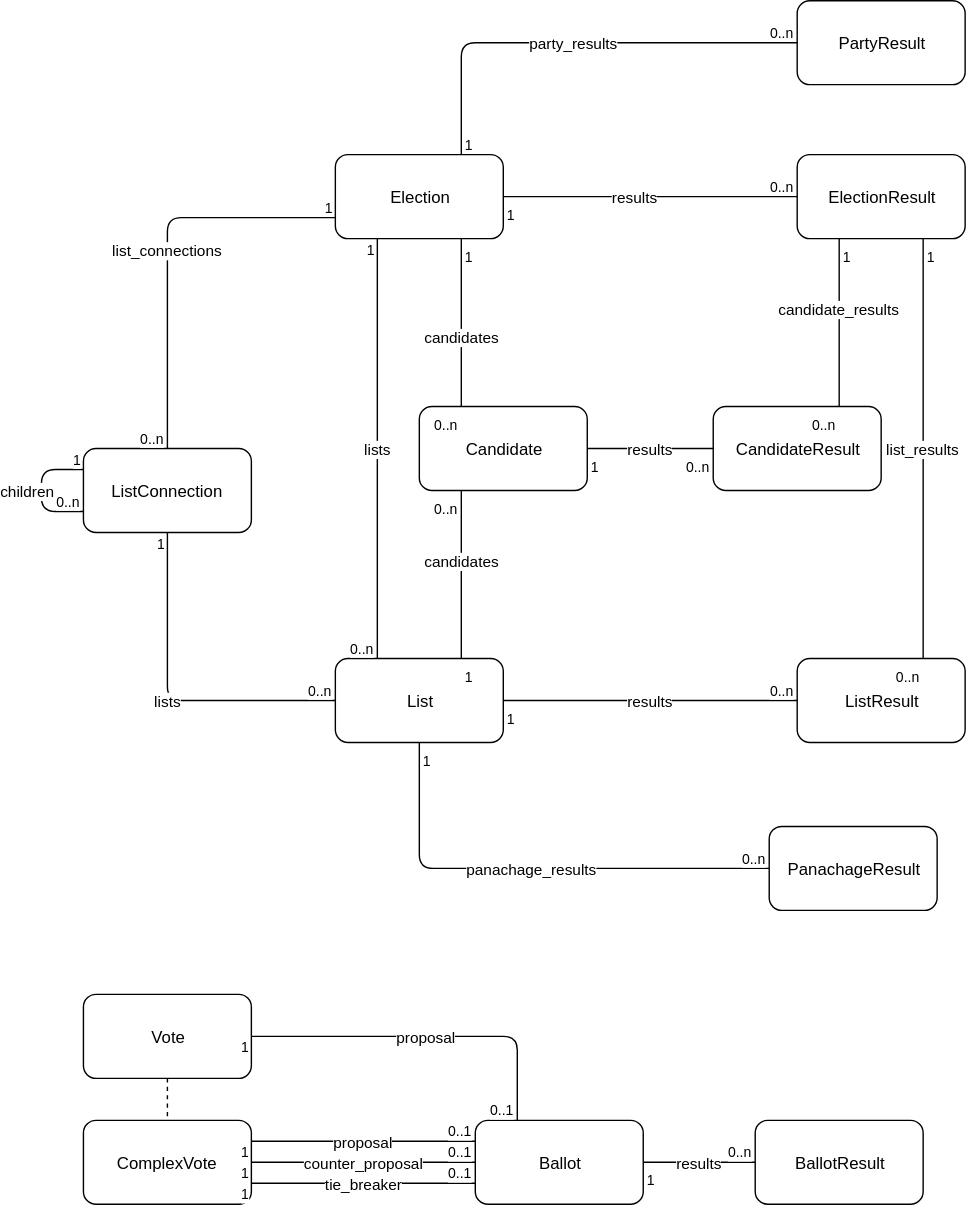
OneGov/onegov.ballot keeps this draw.io diagram as docs/onegov.ballot.svg. Above is the earlier version. Source tidied: cells renumbered, new cells last; positions are measured from the earlier drawing's top-left corner, leaving out a move shared by most shapes.
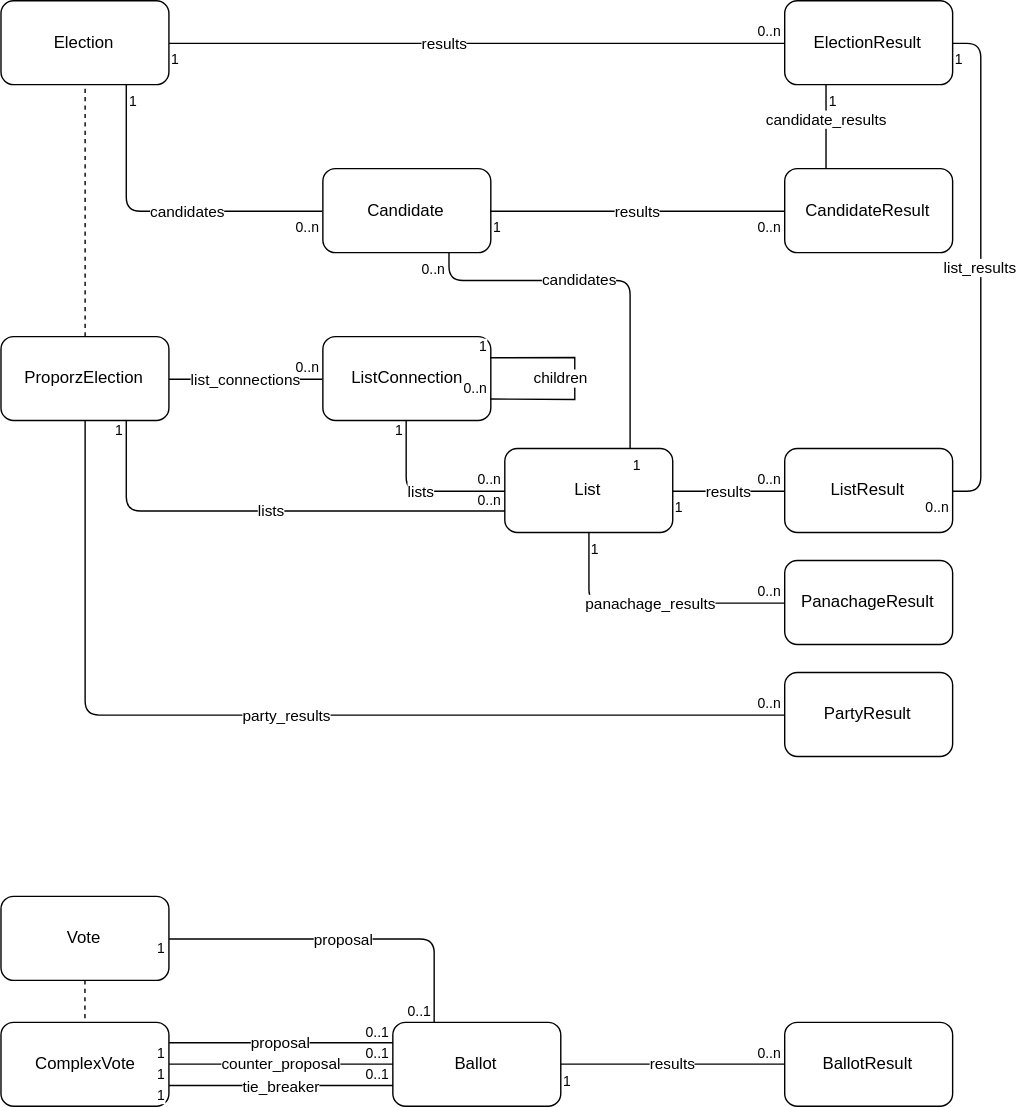
After the change.

What changed in the source:
```diff
@@ -2,36 +2,32 @@
   <root>
     <mxCell id="0" />
     <mxCell id="1" parent="0" />
+    <mxCell id="70" style="edgeStyle=none;html=1;exitX=0;exitY=0.5;entryX=1;entryY=0.5;dashed=1;jettySize=auto;strokeColor=none;strokeWidth=1;endArrow=none;endFill=0;" parent="1" edge="1" source="2" target="71">
+      <mxGeometry relative="1" as="geometry" />
+    </mxCell>
     <mxCell id="2" value="Election" style="rounded=1;whiteSpace=wrap;html=1;" parent="1" vertex="1">
-      <mxGeometry x="210" y="110" width="120" height="60" as="geometry" />
+      <mxGeometry x="30" y="-40" width="120" height="60" as="geometry" />
     </mxCell>
     <mxCell id="3" value="ElectionResult" style="rounded=1;whiteSpace=wrap;html=1;" parent="1" vertex="1">
-      <mxGeometry x="540" y="110" width="120" height="60" as="geometry" />
+      <mxGeometry x="590" y="-40" width="120" height="60" as="geometry" />
     </mxCell>
     <mxCell id="4" value="ListConnection" style="rounded=1;whiteSpace=wrap;html=1;" parent="1" vertex="1">
-      <mxGeometry x="30" y="320" width="120" height="60" as="geometry" />
+      <mxGeometry x="260" y="200" width="120" height="60" as="geometry" />
     </mxCell>
     <mxCell id="5" value="List" style="rounded=1;whiteSpace=wrap;html=1;" parent="1" vertex="1">
-      <mxGeometry x="210" y="470" width="120" height="60" as="geometry" />
+      <mxGeometry x="390" y="280" width="120" height="60" as="geometry" />
     </mxCell>
     <mxCell id="6" value="Candidate" style="rounded=1;whiteSpace=wrap;html=1;" parent="1" vertex="1">
-      <mxGeometry x="270" y="290" width="120" height="60" as="geometry" />
+      <mxGeometry x="260" y="80" width="120" height="60" as="geometry" />
     </mxCell>
-    <mxCell id="7" value="CandidateResult" style="rounded=1;whiteSpace=wrap;html=1;" parent="1" vertex="1">
-      <mxGeometry x="480" y="290" width="120" height="60" as="geometry" />
-    </mxCell>
     <mxCell id="8" value="ListResult" style="rounded=1;whiteSpace=wrap;html=1;" parent="1" vertex="1">
-      <mxGeometry x="540" y="470" width="120" height="60" as="geometry" />
+      <mxGeometry x="590" y="280" width="120" height="60" as="geometry" />
     </mxCell>
     <mxCell id="9" value="PartyResult" style="rounded=1;whiteSpace=wrap;html=1;" parent="1" vertex="1">
-      <mxGeometry x="540" width="120" height="60" as="geometry" />
+      <mxGeometry x="590" y="440" width="120" height="60" as="geometry" />
     </mxCell>
-    <mxCell id="10" value="list_connections" style="endArrow=none;html=1;endSize=12;startArrow=none;startSize=14;startFill=0;edgeStyle=orthogonalEdgeStyle;endFill=0;exitX=0;exitY=0.75;entryX=0.5;entryY=0;" parent="1" edge="1" source="2" target="4">
-      <mxGeometry relative="1" as="geometry">
-        <Array as="points">
-          <mxPoint x="90" y="155" />
-        </Array>
-      </mxGeometry>
+    <mxCell id="10" value="list_connections" style="endArrow=none;html=1;endSize=12;startArrow=none;startSize=14;startFill=0;edgeStyle=orthogonalEdgeStyle;endFill=0;entryX=0;entryY=0.5;exitX=1;exitY=0.5;" parent="1" edge="1" source="71" target="4">
+      <mxGeometry relative="1" as="geometry" />
     </mxCell>
     <mxCell id="11" value="1" style="html=1;align=left;verticalAlign=top;labelBackgroundColor=#ffffff;fontSize=10;" parent="10" vertex="1">
       <mxGeometry x="-1" relative="1" as="geometry">
@@ -43,8 +39,12 @@
         <mxPoint y="-20" as="offset" />
       </mxGeometry>
     </mxCell>
-    <mxCell id="13" value="lists" style="endArrow=none;html=1;endSize=12;startArrow=none;startSize=14;startFill=0;edgeStyle=orthogonalEdgeStyle;endFill=0;exitX=0.25;exitY=1;entryX=0.25;entryY=0;" parent="1" edge="1" source="2" target="5">
-      <mxGeometry relative="1" as="geometry" />
+    <mxCell id="13" value="lists" style="endArrow=none;html=1;endSize=12;startArrow=none;startSize=14;startFill=0;edgeStyle=orthogonalEdgeStyle;endFill=0;exitX=0.75;exitY=1;entryX=0;entryY=0.75;" parent="1" edge="1" source="71" target="5">
+      <mxGeometry relative="1" as="geometry">
+        <Array as="points">
+          <mxPoint x="120" y="325" />
+        </Array>
+      </mxGeometry>
     </mxCell>
     <mxCell id="14" value="1" style="html=1;align=left;verticalAlign=top;labelBackgroundColor=#ffffff;fontSize=10;" parent="13" vertex="1">
       <mxGeometry x="-1" relative="1" as="geometry">
@@ -56,8 +56,12 @@
         <mxPoint y="-20" as="offset" />
       </mxGeometry>
     </mxCell>
-    <mxCell id="16" value="candidates" style="endArrow=none;html=1;endSize=12;startArrow=none;startSize=14;startFill=0;edgeStyle=orthogonalEdgeStyle;endFill=0;entryX=0.25;entryY=0;exitX=0.75;exitY=1;" parent="1" edge="1" source="2" target="6">
-      <mxGeometry x="0.16" relative="1" as="geometry" />
+    <mxCell id="16" value="candidates" style="endArrow=none;html=1;endSize=12;startArrow=none;startSize=14;startFill=0;edgeStyle=orthogonalEdgeStyle;endFill=0;entryX=0;entryY=0.5;exitX=0.75;exitY=1;" parent="1" edge="1" source="2" target="6">
+      <mxGeometry x="0.16" relative="1" as="geometry">
+        <Array as="points">
+          <mxPoint x="120" y="110" />
+        </Array>
+      </mxGeometry>
     </mxCell>
     <mxCell id="17" value="1" style="html=1;align=left;verticalAlign=top;labelBackgroundColor=#ffffff;fontSize=10;" parent="16" vertex="1">
       <mxGeometry x="-1" relative="1" as="geometry" />
@@ -76,12 +80,8 @@
         <mxPoint y="-20" as="offset" />
       </mxGeometry>
     </mxCell>
-    <mxCell id="22" value="party_results" style="endArrow=none;html=1;endSize=12;startArrow=none;startSize=14;startFill=0;edgeStyle=orthogonalEdgeStyle;endFill=0;entryX=0;entryY=0.5;exitX=0.75;exitY=0;" parent="1" edge="1" source="2" target="9">
-      <mxGeometry relative="1" as="geometry">
-        <Array as="points">
-          <mxPoint x="300" y="30" />
-        </Array>
-      </mxGeometry>
+    <mxCell id="22" value="party_results" style="endArrow=none;html=1;endSize=12;startArrow=none;startSize=14;startFill=0;edgeStyle=orthogonalEdgeStyle;endFill=0;entryX=0;entryY=0.5;exitX=0.5;exitY=1;" parent="1" edge="1" source="71" target="9">
+      <mxGeometry relative="1" as="geometry" />
     </mxCell>
     <mxCell id="23" value="1" style="html=1;align=left;verticalAlign=top;labelBackgroundColor=#ffffff;fontSize=10;" parent="22" vertex="1">
       <mxGeometry x="-1" relative="1" as="geometry">
@@ -93,11 +93,12 @@
         <mxPoint y="-20" as="offset" />
       </mxGeometry>
     </mxCell>
-    <mxCell id="25" value="children" style="endArrow=none;html=1;endSize=12;startArrow=none;startSize=14;startFill=0;edgeStyle=orthogonalEdgeStyle;endFill=0;exitX=0;exitY=0.25;entryX=0;entryY=0.75;" parent="1" edge="1" source="4" target="4">
+    <mxCell id="25" value="children" style="endArrow=none;html=1;endSize=12;startArrow=none;startSize=14;startFill=0;edgeStyle=orthogonalEdgeStyle;endFill=0;exitX=1;exitY=0.25;rounded=0;entryX=1;entryY=0.75;" parent="1" edge="1" source="4" target="4">
       <mxGeometry y="-10" relative="1" as="geometry">
         <Array as="points">
-          <mxPoint y="335" />
-          <mxPoint y="365" />
+          <mxPoint x="440" y="215" />
+          <mxPoint x="440" y="240" />
+          <mxPoint x="440" y="245" />
         </Array>
       </mxGeometry>
     </mxCell>
@@ -136,7 +137,7 @@
       </mxGeometry>
     </mxCell>
     <mxCell id="34" value="PanachageResult" style="rounded=1;whiteSpace=wrap;html=1;" parent="1" vertex="1">
-      <mxGeometry x="520" y="590" width="120" height="60" as="geometry" />
+      <mxGeometry x="590" y="360" width="120" height="60" as="geometry" />
     </mxCell>
     <mxCell id="35" value="panachage_results" style="endArrow=none;html=1;endSize=12;startArrow=none;startSize=14;startFill=0;edgeStyle=orthogonalEdgeStyle;endFill=0;entryX=0;entryY=0.5;exitX=0.5;exitY=1;" parent="1" edge="1" source="5" target="34">
       <mxGeometry relative="1" as="geometry" />
@@ -158,8 +159,13 @@
     <mxCell id="40" value="&lt;span&gt;0..n&lt;/span&gt;" style="html=1;align=right;verticalAlign=top;labelBackgroundColor=#ffffff;fontSize=10;" parent="38" vertex="1">
       <mxGeometry x="1" relative="1" as="geometry" />
     </mxCell>
-    <mxCell id="41" value="list_results" style="endArrow=none;html=1;endSize=12;startArrow=none;startSize=14;startFill=0;edgeStyle=orthogonalEdgeStyle;endFill=0;exitX=0.75;exitY=1;entryX=0.75;entryY=0;" parent="1" edge="1" source="3" target="8">
-      <mxGeometry relative="1" as="geometry" />
+    <mxCell id="41" value="list_results" style="endArrow=none;html=1;endSize=12;startArrow=none;startSize=14;startFill=0;edgeStyle=orthogonalEdgeStyle;endFill=0;exitX=1;exitY=0.5;entryX=1;entryY=0.5;" parent="1" edge="1" source="3" target="8">
+      <mxGeometry relative="1" as="geometry">
+        <Array as="points">
+          <mxPoint x="730" y="-10" />
+          <mxPoint x="730" y="310" />
+        </Array>
+      </mxGeometry>
     </mxCell>
     <mxCell id="42" value="1" style="html=1;align=left;verticalAlign=top;labelBackgroundColor=#ffffff;fontSize=10;" parent="41" vertex="1">
       <mxGeometry x="-1" relative="1" as="geometry" />
@@ -167,7 +173,7 @@
     <mxCell id="43" value="&lt;span&gt;0..n&lt;/span&gt;" style="html=1;align=right;verticalAlign=top;labelBackgroundColor=#ffffff;fontSize=10;" parent="41" vertex="1">
       <mxGeometry x="1" relative="1" as="geometry" />
     </mxCell>
-    <mxCell id="44" value="candidate_results" style="endArrow=none;html=1;endSize=12;startArrow=none;startSize=14;startFill=0;edgeStyle=orthogonalEdgeStyle;endFill=0;entryX=0.75;entryY=0;exitX=0.25;exitY=1;" parent="1" edge="1" source="3" target="7">
+    <mxCell id="44" value="candidate_results" style="endArrow=none;html=1;endSize=12;startArrow=none;startSize=14;startFill=0;edgeStyle=orthogonalEdgeStyle;endFill=0;entryX=0.25;entryY=0;exitX=0.25;exitY=1;" parent="1" edge="1" source="3" target="7">
       <mxGeometry x="-0.17" relative="1" as="geometry" />
     </mxCell>
     <mxCell id="45" value="1" style="html=1;align=left;verticalAlign=top;labelBackgroundColor=#ffffff;fontSize=10;" parent="44" vertex="1">
@@ -176,8 +182,13 @@
     <mxCell id="46" value="&lt;span&gt;0..n&lt;/span&gt;" style="html=1;align=right;verticalAlign=top;labelBackgroundColor=#ffffff;fontSize=10;" parent="44" vertex="1">
       <mxGeometry x="1" relative="1" as="geometry" />
     </mxCell>
-    <mxCell id="47" value="candidates" style="endArrow=none;html=1;endSize=12;startArrow=none;startSize=14;startFill=0;edgeStyle=orthogonalEdgeStyle;endFill=0;entryX=0.25;entryY=1;exitX=0.75;exitY=0;" parent="1" edge="1" source="5" target="6">
-      <mxGeometry x="0.16" relative="1" as="geometry" />
+    <mxCell id="47" value="candidates" style="endArrow=none;html=1;endSize=12;startArrow=none;startSize=14;startFill=0;edgeStyle=orthogonalEdgeStyle;endFill=0;entryX=0.75;entryY=1;exitX=0.75;exitY=0;" parent="1" edge="1" source="5" target="6">
+      <mxGeometry x="0.16" relative="1" as="geometry">
+        <Array as="points">
+          <mxPoint x="480" y="160" />
+          <mxPoint x="350" y="160" />
+        </Array>
+      </mxGeometry>
     </mxCell>
     <mxCell id="48" value="1" style="html=1;align=left;verticalAlign=top;labelBackgroundColor=#ffffff;fontSize=10;" parent="47" vertex="1">
       <mxGeometry x="-1" relative="1" as="geometry" />
@@ -186,13 +197,13 @@
       <mxGeometry x="1" relative="1" as="geometry" />
     </mxCell>
     <mxCell id="50" value="ComplexVote" style="rounded=1;whiteSpace=wrap;html=1;" parent="1" vertex="1">
-      <mxGeometry x="30" y="800" width="120" height="60" as="geometry" />
+      <mxGeometry x="30" y="690" width="120" height="60" as="geometry" />
     </mxCell>
     <mxCell id="51" value="Ballot" style="rounded=1;whiteSpace=wrap;html=1;" parent="1" vertex="1">
-      <mxGeometry x="310" y="800" width="120" height="60" as="geometry" />
+      <mxGeometry x="310" y="690" width="120" height="60" as="geometry" />
     </mxCell>
     <mxCell id="52" value="BallotResult" style="rounded=1;whiteSpace=wrap;html=1;" parent="1" vertex="1">
-      <mxGeometry x="510" y="800" width="120" height="60" as="geometry" />
+      <mxGeometry x="590" y="690" width="120" height="60" as="geometry" />
     </mxCell>
     <mxCell id="53" value="results" style="endArrow=none;html=1;endSize=12;startArrow=none;startSize=14;startFill=0;edgeStyle=orthogonalEdgeStyle;endFill=0;exitX=1;exitY=0.5;entryX=0;entryY=0.5;" parent="1" edge="1" source="51" target="52">
       <mxGeometry relative="1" as="geometry" />
@@ -245,18 +256,18 @@
       </mxGeometry>
     </mxCell>
     <mxCell id="65" value="Vote" style="rounded=1;whiteSpace=wrap;html=1;" parent="1" vertex="1">
-      <mxGeometry x="30" y="710" width="120" height="60" as="geometry" />
+      <mxGeometry x="30" y="600" width="120" height="60" as="geometry" />
     </mxCell>
     <mxCell id="66" style="endArrow=none;html=1;dashed=1;strokeColor=#000000;strokeWidth=1;" parent="1" edge="1">
       <mxGeometry relative="1" as="geometry">
-        <mxPoint x="90" y="770" as="sourcePoint" />
-        <mxPoint x="90" y="800" as="targetPoint" />
+        <mxPoint x="90" y="660" as="sourcePoint" />
+        <mxPoint x="90" y="690" as="targetPoint" />
       </mxGeometry>
     </mxCell>
     <mxCell id="67" value="proposal" style="endArrow=none;html=1;endSize=12;startArrow=none;startSize=14;startFill=0;edgeStyle=orthogonalEdgeStyle;endFill=0;entryX=0.25;entryY=0;exitX=1;exitY=0.5;" parent="1" edge="1" source="65" target="51">
       <mxGeometry relative="1" as="geometry">
         <Array as="points">
-          <mxPoint x="340" y="740" />
+          <mxPoint x="340" y="630" />
         </Array>
       </mxGeometry>
     </mxCell>
@@ -270,5 +281,14 @@
         <mxPoint y="-20" as="offset" />
       </mxGeometry>
     </mxCell>
+    <mxCell id="71" value="ProporzElection" style="rounded=1;whiteSpace=wrap;html=1;" parent="1" vertex="1">
+      <mxGeometry x="30" y="200" width="120" height="60" as="geometry" />
+    </mxCell>
+    <mxCell id="72" style="endArrow=none;dashed=1;html=1;strokeColor=#000000;strokeWidth=1;entryX=0.5;entryY=1;exitX=0.5;exitY=0;" parent="1" edge="1" source="71" target="2">
+      <mxGeometry relative="1" as="geometry" />
+    </mxCell>
+    <mxCell id="7" value="CandidateResult" style="rounded=1;whiteSpace=wrap;html=1;" parent="1" vertex="1">
+      <mxGeometry x="590" y="80" width="120" height="60" as="geometry" />
+    </mxCell>
   </root>
 </mxGraphModel>
```
